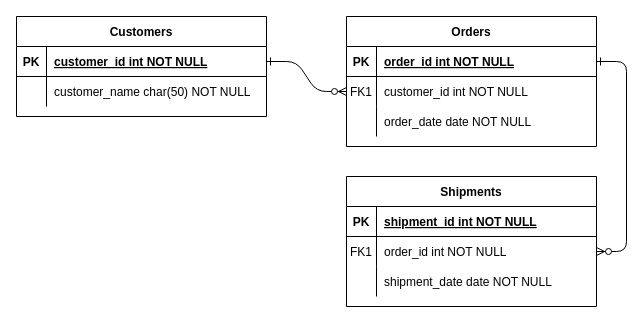
wongwinnie198/payme-shop-list keeps this draw.io diagram as Untitled Diagram.drawio. Above is the earlier version. Source tidied: cells renumbered, new cells numbered last; positions are measured from the earlier drawing's top-left corner, leaving out a move shared by most shapes. Both pictures are drawn from the tidied source at 100%, with x=0, y=0 at pixel (16, 16).
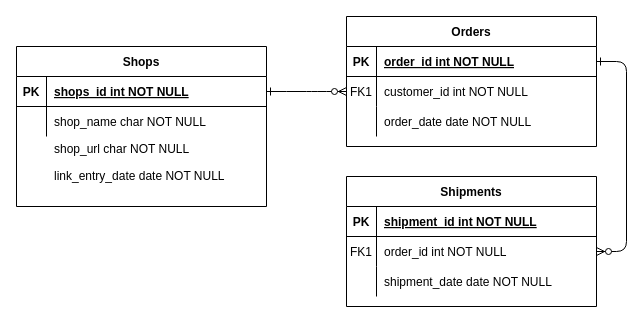
After the change.

Commit message:
payme_checker database schema

The change refers to these unchanged cells:
```xml
<mxCell id="25" style="shape=partialRectangle;fillColor=none;points=[[0,0.5],[1,0.5]];portConstraint=eastwest;top=0;left=0;right=0;bottom=1;" parent="24" vertex="1">
  <mxGeometry y="30" width="250" height="30" as="geometry" />
</mxCell>
<mxCell id="28" style="shape=partialRectangle;fillColor=none;top=0;left=0;right=0;bottom=0;" parent="24" vertex="1">
  <mxGeometry y="60" width="250" height="30" as="geometry" />
</mxCell>
```

Change to the diagram source:
```diff
@@
-    <mxCell id="24" value="Customers" style="shape=table;startSize=30;childLayout=tableLayout;rowLines=0;fontStyle=1;align=center;" parent="1" vertex="1">
-      <mxGeometry width="250" height="100" as="geometry" />
+    <mxCell id="24" value="Shops" style="shape=table;startSize=30;childLayout=tableLayout;rowLines=0;fontStyle=1;align=center;" parent="1" vertex="1">
+      <mxGeometry y="30" width="250" height="160" as="geometry" />
     </mxCell>
@@
-    <mxCell id="27" value="customer_id int NOT NULL " style="shape=partialRectangle;overflow=hidden;fillColor=none;top=0;left=0;bottom=0;right=0;align=left;spacingLeft=6;fontStyle=5;" parent="25" vertex="1">
+    <mxCell id="27" value="shops_id int NOT NULL " style="shape=partialRectangle;overflow=hidden;fillColor=none;top=0;left=0;bottom=0;right=0;align=left;spacingLeft=6;fontStyle=5;" parent="25" vertex="1">
       <mxGeometry x="30" width="220" height="30" as="geometry" />
     </mxCell>
@@
-    <mxCell id="30" value="customer_name char(50) NOT NULL" style="shape=partialRectangle;overflow=hidden;fillColor=none;top=0;left=0;bottom=0;right=0;align=left;spacingLeft=6;" parent="28" vertex="1">
+    <mxCell id="30" value="shop_name char NOT NULL" style="shape=partialRectangle;overflow=hidden;fillColor=none;top=0;left=0;bottom=0;right=0;align=left;spacingLeft=6;" parent="28" vertex="1">
       <mxGeometry x="30" width="220" height="30" as="geometry" />
     </mxCell>
+    <mxCell id="31" value="shop_url char NOT NULL" style="shape=partialRectangle;overflow=hidden;fillColor=none;top=0;left=0;bottom=0;right=0;align=left;spacingLeft=6;" parent="1" vertex="1">
+      <mxGeometry x="30" y="117" width="220" height="30" as="geometry" />
+    </mxCell>
+    <mxCell id="32" value="link_entry_date date NOT NULL" style="shape=partialRectangle;overflow=hidden;fillColor=none;top=0;left=0;bottom=0;right=0;align=left;spacingLeft=6;" parent="1" vertex="1">
+      <mxGeometry x="30" y="144" width="220" height="30" as="geometry" />
+    </mxCell>
```
